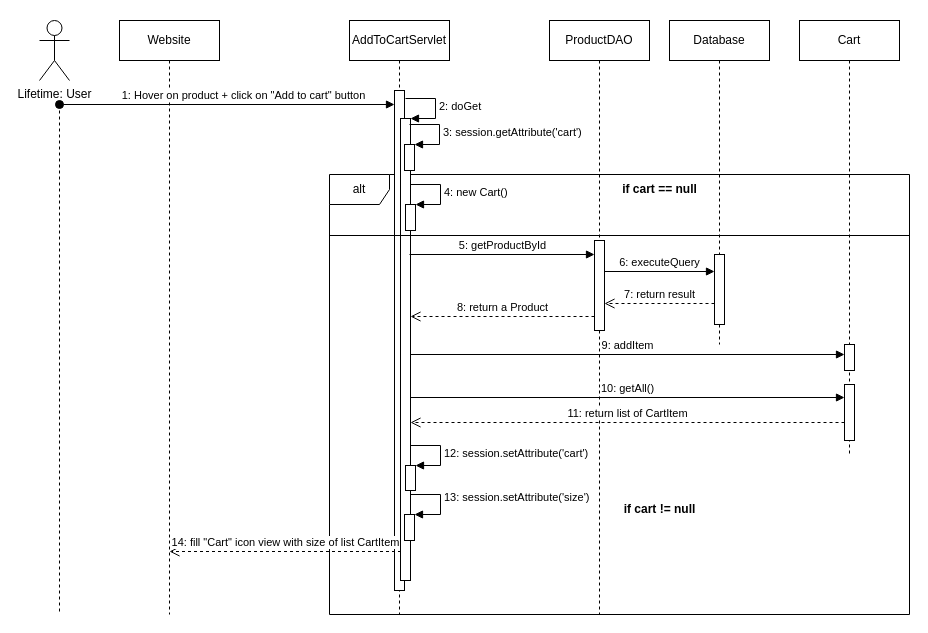
Before: page "add2" (2 of 6) of te7.drawio in baspdd/desktop-tutorial, a draw.io diagram. Source tidied: cells renumbered, new cells numbered last; positions are measured from the earlier drawing's top-left corner, leaving out a move shared by most shapes. Both pictures are drawn from the tidied source at 100%, with x=0, y=0 at pixel (39, 20).
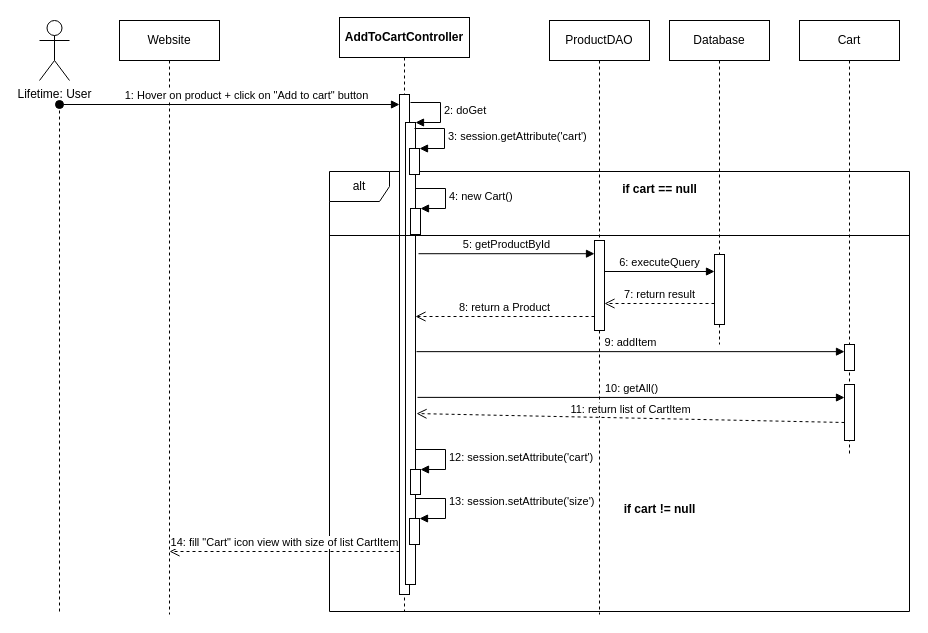
The same page after the edit.

Unchanged cells that the change refers to:
```xml
<mxCell id="18" value="ProductDAO" style="shape=umlLifeline;perimeter=lifelinePerimeter;whiteSpace=wrap;html=1;" parent="1" vertex="1">
  <mxGeometry x="510" width="100" height="594" as="geometry" />
</mxCell>
<mxCell id="19" style="html=1;points=[];perimeter=orthogonalPerimeter;" parent="18" vertex="1">
  <mxGeometry x="45" y="220" width="10" height="90" as="geometry" />
</mxCell>
<mxCell id="32" style="html=1;points=[];perimeter=orthogonalPerimeter;" parent="31" vertex="1">
  <mxGeometry x="45" y="324" width="10" height="26" as="geometry" />
</mxCell>
```

The edit, as a diff of the source:
```diff
@@
     <mxCell id="2" value="alt" style="shape=umlFrame;whiteSpace=wrap;html=1;" parent="1" vertex="1">
-      <mxGeometry x="290" y="154" width="580" height="440" as="geometry" />
+      <mxGeometry x="290" y="151" width="580" height="440" as="geometry" />
     </mxCell>
@@
-    <mxCell id="6" value="AddToCartServlet" style="shape=umlLifeline;perimeter=lifelinePerimeter;whiteSpace=wrap;html=1;" parent="1" vertex="1">
-      <mxGeometry x="310" width="100" height="594" as="geometry" />
+    <mxCell id="6" value="&lt;span style=&quot;font-weight: 700;&quot;&gt;AddToCartController&lt;/span&gt;" style="shape=umlLifeline;perimeter=lifelinePerimeter;whiteSpace=wrap;html=1;" parent="1" vertex="1">
+      <mxGeometry x="300" y="-3" width="130" height="594" as="geometry" />
     </mxCell>
     <mxCell id="7" style="html=1;points=[];perimeter=orthogonalPerimeter;" parent="6" vertex="1">
-      <mxGeometry x="45" y="70" width="10" height="500" as="geometry" />
+      <mxGeometry x="60" y="77" width="10" height="500" as="geometry" />
     </mxCell>
     <mxCell id="8" style="html=1;points=[];perimeter=orthogonalPerimeter;" parent="6" vertex="1">
-      <mxGeometry x="51" y="98" width="10" height="462" as="geometry" />
+      <mxGeometry x="66" y="105" width="10" height="462" as="geometry" />
     </mxCell>
     <mxCell id="9" value="2: doGet" style="edgeStyle=orthogonalEdgeStyle;html=1;align=left;spacingLeft=2;endArrow=block;rounded=0;entryX=1;entryY=0;" parent="6" edge="1" target="8">
       <mxGeometry relative="1" as="geometry">
-        <mxPoint x="56" y="78" as="sourcePoint" />
+        <mxPoint x="71" y="85" as="sourcePoint" />
         <Array as="points">
-          <mxPoint x="86" y="78" />
+          <mxPoint x="101" y="85" />
         </Array>
       </mxGeometry>
     </mxCell>
     <mxCell id="10" style="html=1;points=[];perimeter=orthogonalPerimeter;" parent="6" vertex="1">
-      <mxGeometry x="55" y="124" width="10" height="26" as="geometry" />
+      <mxGeometry x="70" y="131" width="10" height="26" as="geometry" />
     </mxCell>
     <mxCell id="11" value="3:&amp;nbsp;session.getAttribute('cart')" style="edgeStyle=orthogonalEdgeStyle;html=1;align=left;spacingLeft=2;endArrow=block;rounded=0;entryX=1;entryY=0;" parent="6" edge="1" target="10">
       <mxGeometry relative="1" as="geometry">
-        <mxPoint x="60" y="104" as="sourcePoint" />
+        <mxPoint x="75" y="111" as="sourcePoint" />
         <Array as="points">
-          <mxPoint x="90" y="104" />
-          <mxPoint x="90" y="124" />
+          <mxPoint x="105" y="111" />
+          <mxPoint x="105" y="131" />
         </Array>
       </mxGeometry>
     </mxCell>
     <mxCell id="12" style="html=1;points=[];perimeter=orthogonalPerimeter;" parent="6" vertex="1">
-      <mxGeometry x="56" y="184" width="10" height="26" as="geometry" />
+      <mxGeometry x="71" y="191" width="10" height="26" as="geometry" />
     </mxCell>
     <mxCell id="13" value="4: new Cart()" style="edgeStyle=orthogonalEdgeStyle;html=1;align=left;spacingLeft=2;endArrow=block;rounded=0;entryX=1;entryY=0;" parent="6" edge="1" target="12">
       <mxGeometry relative="1" as="geometry">
-        <mxPoint x="61" y="164" as="sourcePoint" />
+        <mxPoint x="76" y="171" as="sourcePoint" />
         <Array as="points">
-          <mxPoint x="91" y="164" />
+          <mxPoint x="106" y="171" />
         </Array>
       </mxGeometry>
     </mxCell>
     <mxCell id="14" style="html=1;points=[];perimeter=orthogonalPerimeter;" parent="6" vertex="1">
-      <mxGeometry x="56" y="445" width="10" height="25" as="geometry" />
+      <mxGeometry x="71" y="452" width="10" height="25" as="geometry" />
     </mxCell>
     <mxCell id="15" value="12: session.setAttribute('cart')" style="edgeStyle=orthogonalEdgeStyle;html=1;align=left;spacingLeft=2;endArrow=block;rounded=0;entryX=1;entryY=0;" parent="6" edge="1" target="14">
       <mxGeometry relative="1" as="geometry">
-        <mxPoint x="61" y="425" as="sourcePoint" />
+        <mxPoint x="76" y="432" as="sourcePoint" />
         <Array as="points">
-          <mxPoint x="91" y="425" />
+          <mxPoint x="106" y="432" />
         </Array>
       </mxGeometry>
     </mxCell>
     <mxCell id="16" style="html=1;points=[];perimeter=orthogonalPerimeter;" parent="6" vertex="1">
-      <mxGeometry x="55" y="494" width="10" height="26" as="geometry" />
+      <mxGeometry x="70" y="501" width="10" height="26" as="geometry" />
     </mxCell>
     <mxCell id="17" value="13:&amp;nbsp;session.setAttribute('size')" style="edgeStyle=orthogonalEdgeStyle;html=1;align=left;spacingLeft=2;endArrow=block;rounded=0;entryX=1;entryY=0;" parent="6" edge="1" target="16">
       <mxGeometry relative="1" as="geometry">
-        <mxPoint x="61" y="484" as="sourcePoint" />
+        <mxPoint x="76" y="491" as="sourcePoint" />
         <Array as="points">
-          <mxPoint x="61" y="474" />
-          <mxPoint x="91" y="474" />
-          <mxPoint x="91" y="494" />
-          <mxPoint x="66" y="494" />
+          <mxPoint x="76" y="481" />
+          <mxPoint x="106" y="481" />
+          <mxPoint x="106" y="501" />
+          <mxPoint x="81" y="501" />
         </Array>
       </mxGeometry>
     </mxCell>
@@
-    <mxCell id="20" value="8: return a Product" style="html=1;verticalAlign=bottom;endArrow=open;dashed=1;endSize=8;rounded=0;" parent="18" edge="1">
+    <mxCell id="20" value="8: return a Product" style="html=1;verticalAlign=bottom;endArrow=open;dashed=1;endSize=8;rounded=0;" parent="18" edge="1" target="8">
       <mxGeometry relative="1" as="geometry">
         <mxPoint x="45" y="296" as="sourcePoint" />
-        <mxPoint x="-139" y="296" as="targetPoint" />
       </mxGeometry>
     </mxCell>
-    <mxCell id="21" value="5: getProductById" style="html=1;verticalAlign=bottom;endArrow=block;rounded=0;" parent="1" edge="1" target="19">
-      <mxGeometry relative="1" as="geometry">
-        <mxPoint x="370" y="234" as="sourcePoint" />
-      </mxGeometry>
+    <mxCell id="21" value="5: getProductById" style="html=1;verticalAlign=bottom;endArrow=block;rounded=0;exitX=1.3;exitY=0.284;exitDx=0;exitDy=0;exitPerimeter=0;" parent="1" edge="1" source="8" target="19">
+      <mxGeometry relative="1" as="geometry" />
     </mxCell>
@@
-    <mxCell id="26" value="10: getAll()" style="html=1;verticalAlign=bottom;endArrow=block;rounded=0;" parent="1" edge="1">
+    <mxCell id="26" value="10: getAll()" style="html=1;verticalAlign=bottom;endArrow=block;rounded=0;exitX=1.2;exitY=0.595;exitDx=0;exitDy=0;exitPerimeter=0;" parent="1" edge="1" source="8">
       <mxGeometry relative="1" as="geometry">
-        <mxPoint x="371" y="377" as="sourcePoint" />
         <mxPoint x="805" y="377" as="targetPoint" />
       </mxGeometry>
     </mxCell>
-    <mxCell id="27" value="14: fill &quot;Cart&quot; icon view with size of list CartItem" style="html=1;verticalAlign=bottom;endArrow=open;dashed=1;endSize=8;rounded=0;" parent="1" edge="1">
+    <mxCell id="27" value="14: fill &quot;Cart&quot; icon view with size of list CartItem" style="html=1;verticalAlign=bottom;endArrow=open;dashed=1;endSize=8;rounded=0;" parent="1" edge="1" source="7">
       <mxGeometry relative="1" as="geometry">
-        <mxPoint x="361.5" y="531" as="sourcePoint" />
         <mxPoint x="130" y="531" as="targetPoint" />
       </mxGeometry>
     </mxCell>
@@
-    <mxCell id="34" value="9: addItem" style="html=1;verticalAlign=bottom;endArrow=block;rounded=0;" parent="1" edge="1" target="32">
-      <mxGeometry relative="1" as="geometry">
-        <mxPoint x="371" y="334" as="sourcePoint" />
-      </mxGeometry>
+    <mxCell id="34" value="9: addItem" style="html=1;verticalAlign=bottom;endArrow=block;rounded=0;exitX=1.1;exitY=0.496;exitDx=0;exitDy=0;exitPerimeter=0;" parent="1" edge="1" source="8" target="32">
+      <mxGeometry relative="1" as="geometry" />
     </mxCell>
-    <mxCell id="35" value="11: return list of CartItem" style="html=1;verticalAlign=bottom;endArrow=open;dashed=1;endSize=8;rounded=0;" parent="1" edge="1">
+    <mxCell id="35" value="11: return list of CartItem" style="html=1;verticalAlign=bottom;endArrow=open;dashed=1;endSize=8;rounded=0;entryX=1.1;entryY=0.63;entryDx=0;entryDy=0;entryPerimeter=0;" parent="1" edge="1" target="8">
       <mxGeometry relative="1" as="geometry">
         <mxPoint x="805" y="402" as="sourcePoint" />
-        <mxPoint x="371" y="402" as="targetPoint" />
       </mxGeometry>
     </mxCell>
```
